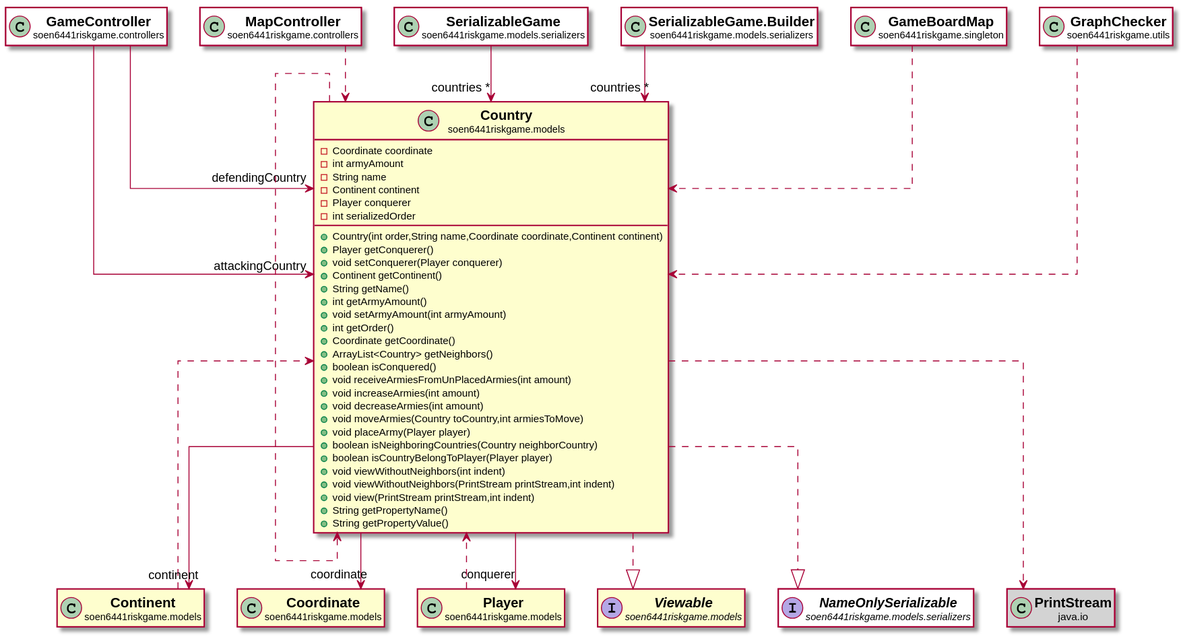
Above: docs/javadocs/soen6441riskgame/models/Country.svg in huntertran/soen6441-riskgame (PlantUML), before the change.
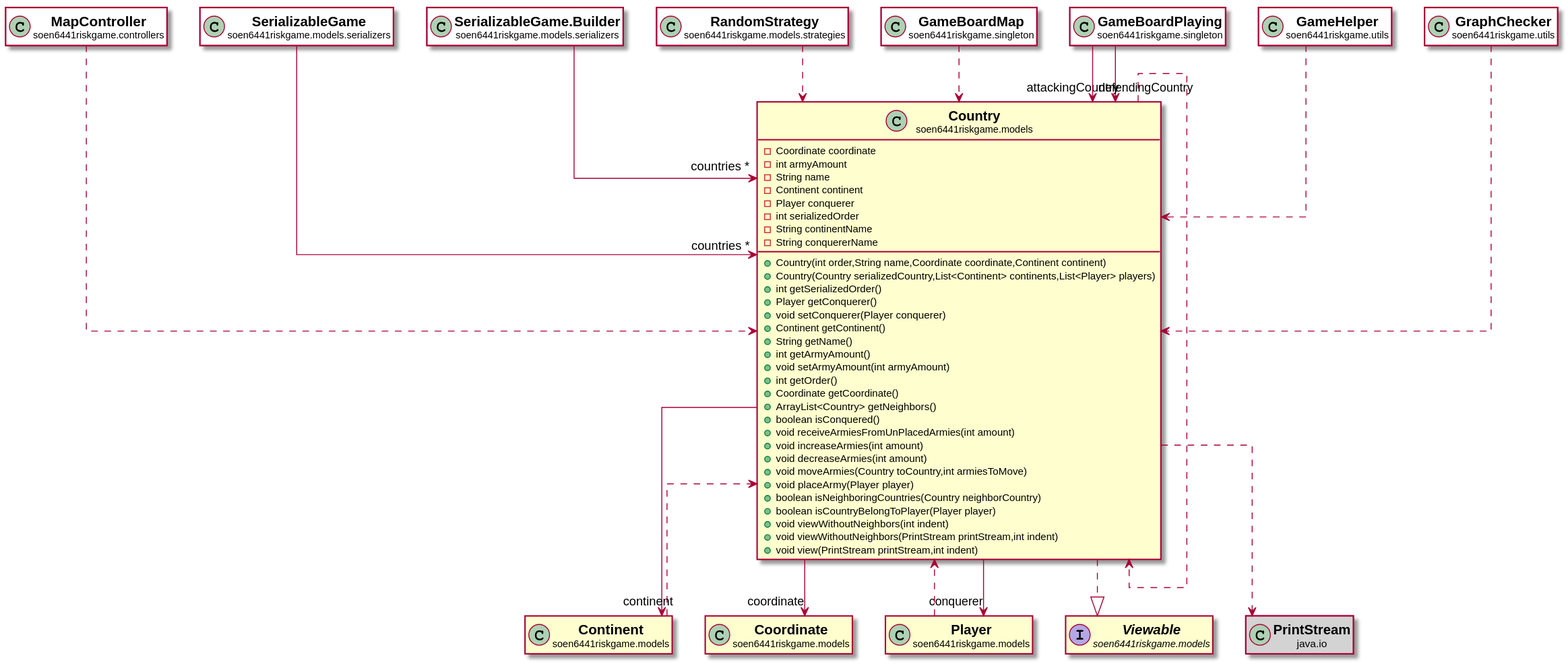
After the commit.

What changed in the source:
```diff
@@ -10,7 +10,11 @@
 -Continent continent
 -Player conquerer
 -int serializedOrder
+-String continentName
+-String conquererName
 +Country(int order,String name,Coordinate coordinate,Continent continent)
++Country(Country serializedCountry,List<Continent> continents,List<Player> players)
++int getSerializedOrder()
 +Player getConquerer()
 +void setConquerer(Player conquerer)
 +Continent getContinent()
@@ -31,20 +35,8 @@
 +void viewWithoutNeighbors(int indent)
 +void viewWithoutNeighbors(PrintStream printStream,int indent)
 +void view(PrintStream printStream,int indent)
-+String getPropertyName()
-+String getPropertyValue()
 }
 
-
-class "<b><size:14>GameController</b>\n<size:10>soen6441riskgame.controllers" as soen6441riskgame.controllers.GameController  [[../../soen6441riskgame/controllers/GameController.html{soen6441riskgame.controllers.GameController}]] #white {
-}
-
-hide soen6441riskgame.controllers.GameController fields
-hide soen6441riskgame.controllers.GameController methods
-
-soen6441riskgame.controllers.GameController -->  "attackingCountry" soen6441riskgame.models.Country
-
-soen6441riskgame.controllers.GameController -->  "defendingCountry" soen6441riskgame.models.Country
 
 class "<b><size:14>MapController</b>\n<size:10>soen6441riskgame.controllers" as soen6441riskgame.controllers.MapController  [[../../soen6441riskgame/controllers/MapController.html{soen6441riskgame.controllers.MapController}]] #white {
 }
@@ -89,13 +81,7 @@
 
 soen6441riskgame.models.Country ..|> soen6441riskgame.models.Viewable
 
-interface "<b><size:14>NameOnlySerializable</b>\n<size:10>soen6441riskgame.models.serializers" as soen6441riskgame.models.serializers.NameOnlySerializable  [[../../soen6441riskgame/models/serializers/NameOnlySerializable.html{soen6441riskgame.models.serializers.NameOnlySerializable}]] #white {
-}
 
-hide soen6441riskgame.models.serializers.NameOnlySerializable fields
-hide soen6441riskgame.models.serializers.NameOnlySerializable methods
-
-soen6441riskgame.models.Country ..|> soen6441riskgame.models.serializers.NameOnlySerializable
 
 
 soen6441riskgame.models.Country ..> soen6441riskgame.models.Country
@@ -126,6 +112,14 @@
 
 soen6441riskgame.models.serializers.SerializableGame.Builder -->  "countries *" soen6441riskgame.models.Country
 
+class "<b><size:14>RandomStrategy</b>\n<size:10>soen6441riskgame.models.strategies" as soen6441riskgame.models.strategies.RandomStrategy  [[../../soen6441riskgame/models/strategies/RandomStrategy.html{soen6441riskgame.models.strategies.RandomStrategy}]] #white {
+}
+
+hide soen6441riskgame.models.strategies.RandomStrategy fields
+hide soen6441riskgame.models.strategies.RandomStrategy methods
+
+soen6441riskgame.models.strategies.RandomStrategy ..> soen6441riskgame.models.Country
+
 class "<b><size:14>GameBoardMap</b>\n<size:10>soen6441riskgame.singleton" as soen6441riskgame.singleton.GameBoardMap  [[../../soen6441riskgame/singleton/GameBoardMap.html{soen6441riskgame.singleton.GameBoardMap}]] #white {
 }
 
@@ -133,6 +127,24 @@
 hide soen6441riskgame.singleton.GameBoardMap methods
 
 soen6441riskgame.singleton.GameBoardMap ..> soen6441riskgame.models.Country
+
+class "<b><size:14>GameBoardPlaying</b>\n<size:10>soen6441riskgame.singleton" as soen6441riskgame.singleton.GameBoardPlaying  [[../../soen6441riskgame/singleton/GameBoardPlaying.html{soen6441riskgame.singleton.GameBoardPlaying}]] #white {
+}
+
+hide soen6441riskgame.singleton.GameBoardPlaying fields
+hide soen6441riskgame.singleton.GameBoardPlaying methods
+
+soen6441riskgame.singleton.GameBoardPlaying -->  "attackingCountry" soen6441riskgame.models.Country
+
+soen6441riskgame.singleton.GameBoardPlaying -->  "defendingCountry" soen6441riskgame.models.Country
+
+class "<b><size:14>GameHelper</b>\n<size:10>soen6441riskgame.utils" as soen6441riskgame.utils.GameHelper  [[../../soen6441riskgame/utils/GameHelper.html{soen6441riskgame.utils.GameHelper}]] #white {
+}
+
+hide soen6441riskgame.utils.GameHelper fields
+hide soen6441riskgame.utils.GameHelper methods
+
+soen6441riskgame.utils.GameHelper ..> soen6441riskgame.models.Country
 
 class "<b><size:14>GraphChecker</b>\n<size:10>soen6441riskgame.utils" as soen6441riskgame.utils.GraphChecker  [[../../soen6441riskgame/utils/GraphChecker.html{soen6441riskgame.utils.GraphChecker}]] #white {
 }
```
